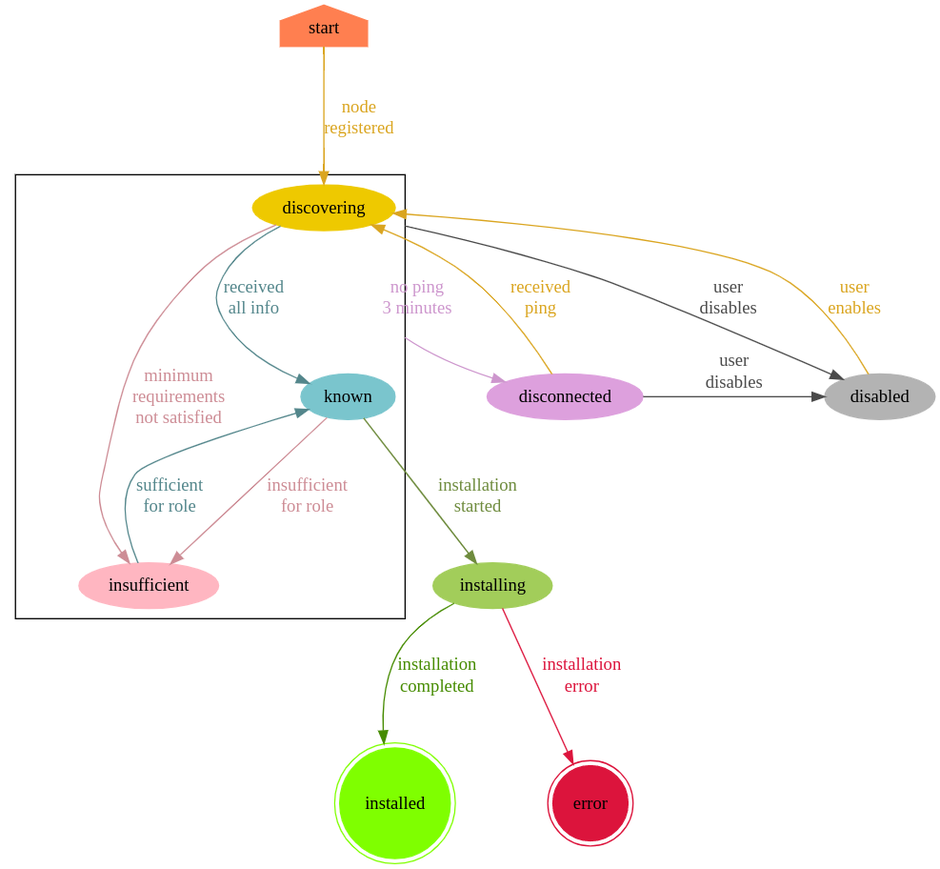
Above: docs/NodeState.png in openshift/assisted-service (Graphviz), before the change. Its source is kept beside it as docs/NodeState.dot.
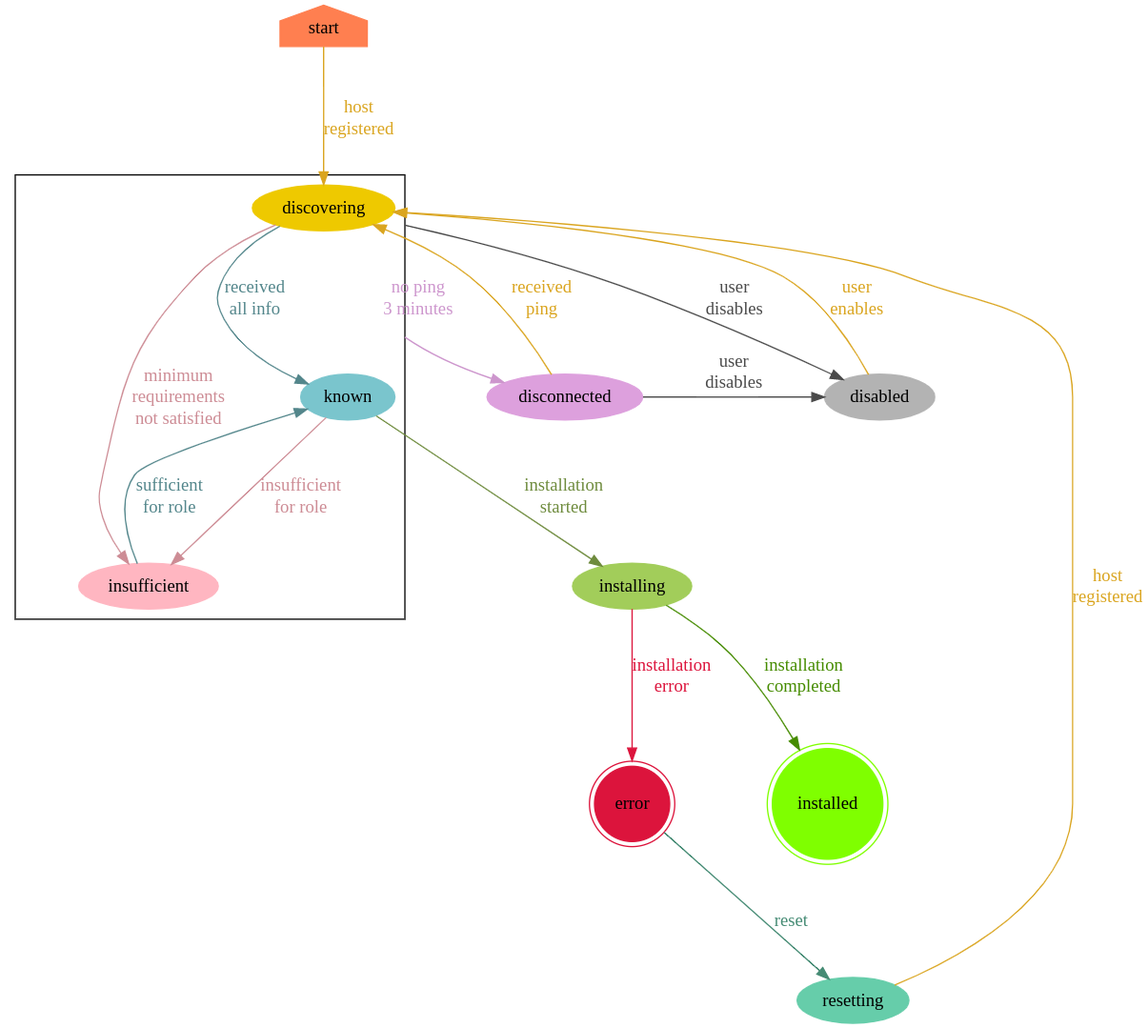
The same diagram one commit later.

Commit message:
Add reset to state machines

What changed in the source:
```diff
@@ -1,4 +1,4 @@
-digraph NodeStateMachine {
+digraph HostStateMachine {
     graph [nodesep = "1.0", ranksep = "1.0"];
     node [style = filled];
     compound = true;
@@ -15,8 +15,9 @@
     installing [color = darkolivegreen3];
     installed [shape = doublecircle, color = chartreuse];
     error [shape = doublecircle, color = crimson];
+    resetting [color = aquamarine3]
 
-    start -> discovering [label = "node\nregistered", color=goldenrod, fontcolor=goldenrod];
+    start -> discovering [label = "host\nregistered", color=goldenrod, fontcolor=goldenrod];
 
     discovering -> disconnected [label = "no ping\n3 minutes", color=plum3, fontcolor=plum3, ltail = cluster_level1];
     discovering -> known [label = "received\nall info", color=cadetblue4, fontcolor=cadetblue4];
@@ -36,6 +37,10 @@
     installing -> installed [label = "installation\ncompleted", color=chartreuse4, fontcolor=chartreuse4];
     installing -> error [label = "installation\nerror", color=crimson, fontcolor=crimson];
 
+    error -> resetting [label = "reset", color=aquamarine4, fontcolor=aquamarine4];
+
+    resetting -> discovering [label = "host\nregistered", color=goldenrod, fontcolor=goldenrod];
+
     {rank=max; installed}
     {rank=same; known; disconnected; disabled}
 }
```
